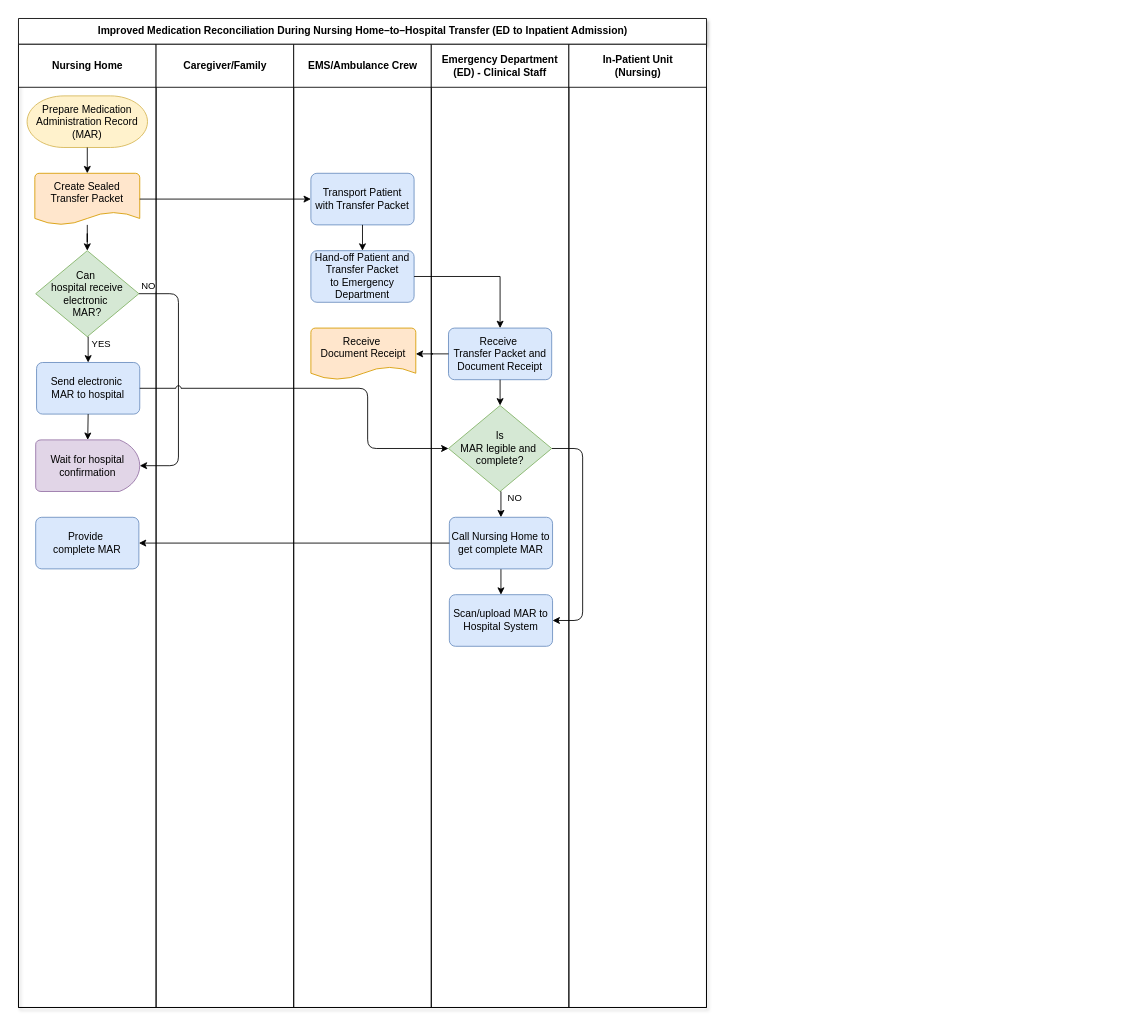
melmirasol/Case-Problem-6.2 keeps this draw.io diagram as Improved Process Chart.drawio. Above is the earlier version. Source tidied: cells renumbered, new cells numbered last; positions are measured from the earlier drawing's top-left corner, leaving out a move shared by most shapes. Both pictures are drawn from the tidied source at 86%, with x=0, y=0 at pixel (18, 18).
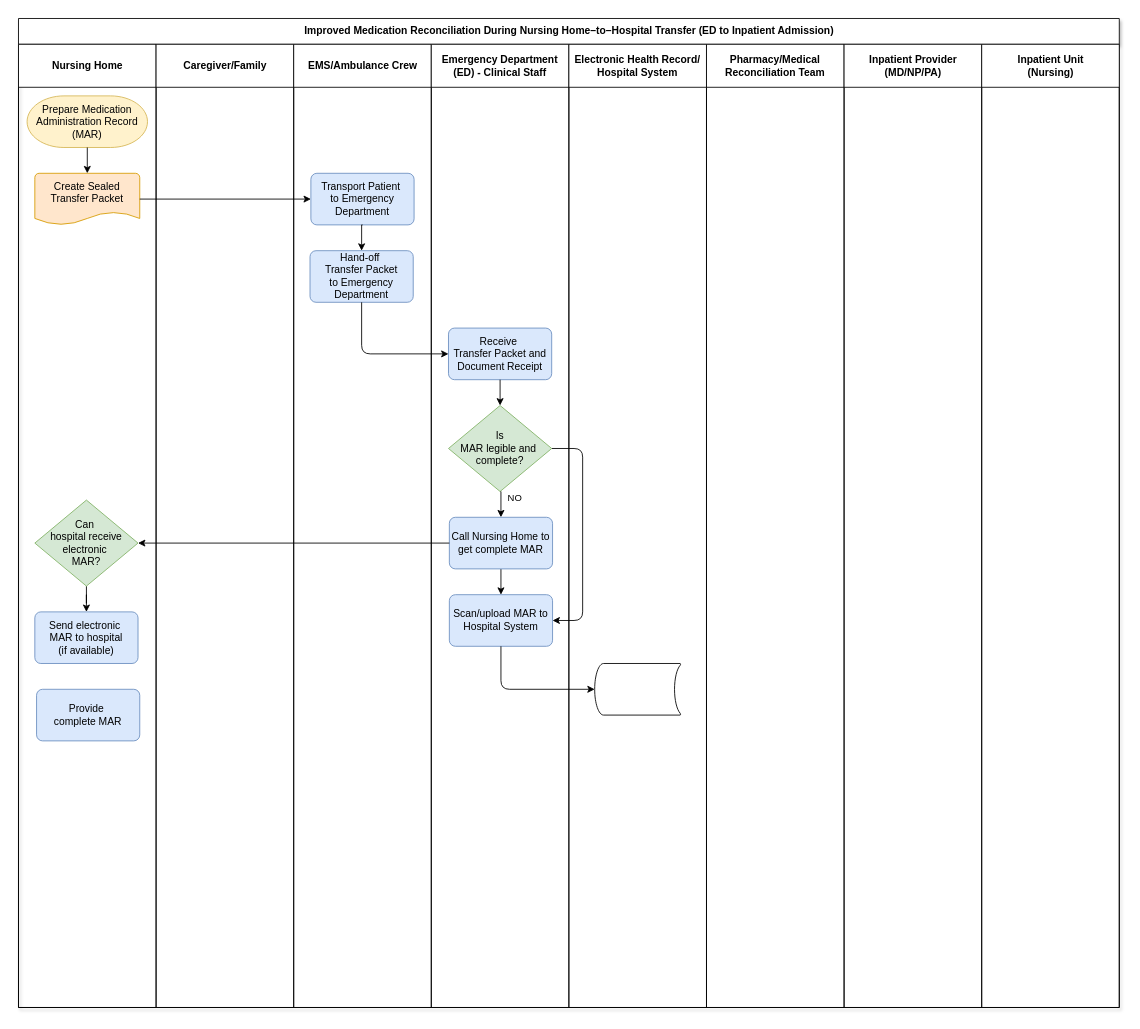
After the change.

Unchanged cells that the change refers to:
```xml
<mxCell id="3" value="Nursing Home" style="swimlane;startSize=50;html=1;" parent="2" vertex="1">
  <mxGeometry y="30" width="160" height="1120" as="geometry" />
</mxCell>
<mxCell id="6" value="Create Sealed Transfer Packet&lt;div&gt;&lt;br&gt;&lt;/div&gt;" style="strokeWidth=1;html=1;shape=mxgraph.flowchart.document2;whiteSpace=wrap;size=0.25;fillColor=#ffe6cc;strokeColor=#d79b00;" parent="3" vertex="1">
  <mxGeometry x="19" y="150" width="122" height="60" as="geometry" />
</mxCell>
<mxCell id="18" value="EMS/Ambulance Crew" style="swimlane;startSize=50;html=1;" parent="2" vertex="1">
  <mxGeometry x="320" y="30" width="160" height="1120" as="geometry" />
</mxCell>
<mxCell id="22" value="Emergency Department (ED) -&amp;nbsp;&lt;span style=&quot;background-color: transparent; color: light-dark(rgb(0, 0, 0), rgb(255, 255, 255));&quot;&gt;Clinical&amp;nbsp;Staff&lt;/span&gt;" style="swimlane;startSize=50;html=1;whiteSpace=wrap;" parent="2" vertex="1">
  <mxGeometry x="480" y="30" width="160" height="1120" as="geometry" />
</mxCell>
<mxCell id="24" value="Receive&amp;nbsp;&lt;div&gt;&lt;span style=&quot;background-color: transparent; color: light-dark(rgb(0, 0, 0), rgb(255, 255, 255));&quot;&gt;Transfer Packet and Document Receipt&lt;/span&gt;&lt;/div&gt;" style="rounded=1;whiteSpace=wrap;html=1;absoluteArcSize=1;arcSize=14;strokeWidth=1;fillColor=#dae8fc;strokeColor=#6c8ebf;" parent="22" vertex="1">
  <mxGeometry x="20" y="330" width="120" height="60" as="geometry" />
</mxCell>
<mxCell id="28" value="Is&lt;div&gt;MAR legible&amp;nbsp;&lt;span style=&quot;background-color: transparent; color: light-dark(rgb(0, 0, 0), rgb(255, 255, 255));&quot;&gt;and&amp;nbsp;&lt;/span&gt;&lt;/div&gt;&lt;div&gt;&lt;span style=&quot;background-color: transparent; color: light-dark(rgb(0, 0, 0), rgb(255, 255, 255));&quot;&gt;complete?&lt;/span&gt;&lt;/div&gt;" style="strokeWidth=1;html=1;shape=mxgraph.flowchart.decision;whiteSpace=wrap;fillColor=#d5e8d4;strokeColor=#82b366;" parent="22" vertex="1">
  <mxGeometry x="20" y="420" width="120" height="100" as="geometry" />
</mxCell>
<mxCell id="31" value="Call Nursing Home to get complete MAR" style="rounded=1;whiteSpace=wrap;html=1;absoluteArcSize=1;arcSize=14;strokeWidth=1;fillColor=#dae8fc;strokeColor=#6c8ebf;" parent="22" vertex="1">
  <mxGeometry x="21" y="550" width="120" height="60" as="geometry" />
</mxCell>
<mxCell id="33" value="Scan/upload MAR to Hospital System" style="rounded=1;whiteSpace=wrap;html=1;absoluteArcSize=1;arcSize=14;strokeWidth=1;fillColor=#dae8fc;strokeColor=#6c8ebf;" parent="22" vertex="1">
  <mxGeometry x="21" y="640" width="120" height="60" as="geometry" />
</mxCell>
```

What changed in the source:
```diff
@@
     <mxCell id="2" value="Improved Medication Reconciliation During Nursing Home–to–Hospital Transfer (ED to Inpatient Admission)" style="swimlane;startSize=30;html=1;shadow=1;" parent="1" vertex="1">
-      <mxGeometry width="800" height="1150" as="geometry" />
+      <mxGeometry width="1280" height="1150" as="geometry" />
     </mxCell>
@@
-    <mxCell id="5" style="edgeStyle=orthogonalEdgeStyle;rounded=0;jettySize=auto;html=1;entryX=0.5;entryY=0;entryDx=0;entryDy=0;entryPerimeter=0;" parent="3" edge="1" source="6" target="10">
-      <mxGeometry relative="1" as="geometry" />
-    </mxCell>
@@
+    <mxCell id="11" value="Send electronic&amp;nbsp;&lt;div&gt;MAR&amp;nbsp;&lt;span style=&quot;background-color: transparent; color: light-dark(rgb(0, 0, 0), rgb(255, 255, 255));&quot;&gt;to hospital&lt;/span&gt;&lt;/div&gt;&lt;div&gt;&lt;span style=&quot;background-color: transparent; color: light-dark(rgb(0, 0, 0), rgb(255, 255, 255));&quot;&gt;(if available)&lt;/span&gt;&lt;/div&gt;" style="rounded=1;whiteSpace=wrap;html=1;absoluteArcSize=1;arcSize=14;strokeWidth=1;fillColor=#dae8fc;strokeColor=#6c8ebf;" parent="3" vertex="1">
+      <mxGeometry x="19" y="660" width="120" height="60" as="geometry" />
+    </mxCell>
+    <mxCell id="8" style="edgeStyle=orthogonalEdgeStyle;rounded=0;jettySize=auto;html=1;exitX=0.5;exitY=1;exitDx=0;exitDy=0;exitPerimeter=0;" parent="3" edge="1" source="10" target="11">
+      <mxGeometry relative="1" as="geometry" />
+    </mxCell>
+    <mxCell id="10" value="Can&amp;nbsp;&lt;div&gt;hospital receive electronic&amp;nbsp;&lt;/div&gt;&lt;div&gt;MAR?&lt;/div&gt;" style="strokeWidth=1;html=1;shape=mxgraph.flowchart.decision;whiteSpace=wrap;fillColor=#d5e8d4;strokeColor=#82b366;" parent="3" vertex="1">
+      <mxGeometry x="19" y="530" width="120" height="100" as="geometry" />
+    </mxCell>
@@
-    <mxCell id="8" style="edgeStyle=orthogonalEdgeStyle;rounded=0;jettySize=auto;html=1;exitX=0.5;exitY=1;exitDx=0;exitDy=0;exitPerimeter=0;entryX=0.5;entryY=0;entryDx=0;entryDy=0;" parent="3" edge="1" source="10" target="11">
-      <mxGeometry relative="1" as="geometry" />
-    </mxCell>
-    <mxCell id="9" value="YES" style="edgeLabel;html=1;align=center;verticalAlign=middle;" parent="8" vertex="1">
-      <mxGeometry x="-0.44" y="-1" relative="1" as="geometry">
-        <mxPoint x="15" as="offset" />
-      </mxGeometry>
-    </mxCell>
-    <mxCell id="10" value="Can&amp;nbsp;&lt;div&gt;hospital receive electronic&amp;nbsp;&lt;/div&gt;&lt;div&gt;MAR?&lt;/div&gt;" style="strokeWidth=1;html=1;shape=mxgraph.flowchart.decision;whiteSpace=wrap;fillColor=#d5e8d4;strokeColor=#82b366;" parent="3" vertex="1">
-      <mxGeometry x="20" y="240" width="120" height="100" as="geometry" />
-    </mxCell>
-    <mxCell id="11" value="Send electronic&amp;nbsp;&lt;div&gt;MAR&amp;nbsp;&lt;span style=&quot;background-color: transparent; color: light-dark(rgb(0, 0, 0), rgb(255, 255, 255));&quot;&gt;to hospital&lt;/span&gt;&lt;/div&gt;" style="rounded=1;whiteSpace=wrap;html=1;absoluteArcSize=1;arcSize=14;strokeWidth=1;fillColor=#dae8fc;strokeColor=#6c8ebf;" parent="3" vertex="1">
-      <mxGeometry x="21" y="370" width="120" height="60" as="geometry" />
-    </mxCell>
-    <mxCell id="12" value="Wait for hospital confirmation" style="strokeWidth=1;html=1;shape=mxgraph.flowchart.delay;whiteSpace=wrap;fillColor=#e1d5e7;strokeColor=#9673a6;" parent="3" vertex="1">
-      <mxGeometry x="20" y="460" width="121" height="60" as="geometry" />
-    </mxCell>
-    <mxCell id="13" style="edgeStyle=orthogonalEdgeStyle;rounded=0;jettySize=auto;html=1;exitX=0.5;exitY=1;exitDx=0;exitDy=0;entryX=0.5;entryY=0;entryDx=0;entryDy=0;entryPerimeter=0;" parent="3" edge="1" source="11" target="12">
-      <mxGeometry relative="1" as="geometry" />
-    </mxCell>
-    <mxCell id="14" style="edgeStyle=orthogonalEdgeStyle;rounded=1;jettySize=auto;html=1;exitX=1;exitY=0.5;exitDx=0;exitDy=0;exitPerimeter=0;entryX=1;entryY=0.5;entryDx=0;entryDy=0;entryPerimeter=0;curved=0;" parent="3" edge="1" source="10" target="12">
-      <mxGeometry relative="1" as="geometry">
-        <Array as="points">
-          <mxPoint x="186" y="290" />
-          <mxPoint x="186" y="490" />
-        </Array>
-      </mxGeometry>
-    </mxCell>
-    <mxCell id="15" value="NO" style="edgeLabel;html=1;align=center;verticalAlign=middle;" parent="14" vertex="1">
-      <mxGeometry x="-0.82" y="-2" relative="1" as="geometry">
-        <mxPoint x="-16" y="-12" as="offset" />
-      </mxGeometry>
-    </mxCell>
     <mxCell id="16" value="Provide&amp;nbsp;&lt;div&gt;complete MAR&lt;/div&gt;" style="rounded=1;whiteSpace=wrap;html=1;absoluteArcSize=1;arcSize=14;strokeWidth=1;fillColor=#dae8fc;strokeColor=#6c8ebf;" parent="3" vertex="1">
-      <mxGeometry x="20" y="550" width="120" height="60" as="geometry" />
+      <mxGeometry x="21" y="750" width="120" height="60" as="geometry" />
     </mxCell>
@@
-    <mxCell id="19" value="Transport Patient&lt;div&gt;with Transfer Packet&lt;/div&gt;" style="rounded=1;whiteSpace=wrap;html=1;absoluteArcSize=1;arcSize=14;strokeWidth=1;fillColor=#dae8fc;strokeColor=#6c8ebf;" parent="18" vertex="1">
+    <mxCell id="19" value="Transport Patient&amp;nbsp;&lt;div&gt;to Emergency Department&lt;/div&gt;" style="rounded=1;whiteSpace=wrap;html=1;absoluteArcSize=1;arcSize=14;strokeWidth=1;fillColor=#dae8fc;strokeColor=#6c8ebf;" parent="18" vertex="1">
       <mxGeometry x="20" y="150" width="120" height="60" as="geometry" />
     </mxCell>
-    <mxCell id="20" value="Hand-off Patient and Transfer Packet&lt;div&gt;to Emergency Department&lt;/div&gt;" style="rounded=1;whiteSpace=wrap;html=1;absoluteArcSize=1;arcSize=14;strokeWidth=1;fillColor=#dae8fc;strokeColor=#6c8ebf;" parent="18" vertex="1">
-      <mxGeometry x="20" y="240" width="120" height="60" as="geometry" />
+    <mxCell id="20" value="Hand-off&amp;nbsp;&lt;div&gt;Transfer Packet&lt;div&gt;to Emergency Department&lt;/div&gt;&lt;/div&gt;" style="rounded=1;whiteSpace=wrap;html=1;absoluteArcSize=1;arcSize=14;strokeWidth=1;fillColor=#dae8fc;strokeColor=#6c8ebf;" parent="18" vertex="1">
+      <mxGeometry x="19" y="240" width="120" height="60" as="geometry" />
     </mxCell>
@@
-    <mxCell id="23" value="&lt;div&gt;&lt;span style=&quot;background-color: transparent; color: light-dark(rgb(0, 0, 0), rgb(255, 255, 255));&quot;&gt;Receive&amp;nbsp;&lt;/span&gt;&lt;/div&gt;&lt;div&gt;&lt;span style=&quot;background-color: transparent; color: light-dark(rgb(0, 0, 0), rgb(255, 255, 255));&quot;&gt;Document&amp;nbsp;&lt;/span&gt;&lt;span style=&quot;background-color: transparent; color: light-dark(rgb(0, 0, 0), rgb(255, 255, 255));&quot;&gt;Receipt&lt;/span&gt;&lt;/div&gt;&lt;div&gt;&lt;span style=&quot;color: light-dark(rgb(0, 0, 0), rgb(255, 255, 255)); background-color: transparent;&quot;&gt;&lt;br&gt;&lt;/span&gt;&lt;/div&gt;" style="strokeWidth=1;html=1;shape=mxgraph.flowchart.document2;whiteSpace=wrap;size=0.25;fillColor=#ffe6cc;strokeColor=#d79b00;" parent="22" vertex="1">
-      <mxGeometry x="-140" y="330" width="122" height="60" as="geometry" />
-    </mxCell>
@@
-    <mxCell id="32" style="edgeStyle=orthogonalEdgeStyle;rounded=0;jettySize=auto;html=1;exitX=0;exitY=0.5;exitDx=0;exitDy=0;" parent="22" edge="1" source="24" target="23">
-      <mxGeometry relative="1" as="geometry" />
-    </mxCell>
@@
+    <mxCell id="39" value="Electronic Health Record/&lt;div&gt;Hospital System&lt;/div&gt;" style="swimlane;startSize=50;html=1;whiteSpace=wrap;" parent="2" vertex="1">
+      <mxGeometry x="640" y="30" width="160" height="1120" as="geometry" />
+    </mxCell>
+    <mxCell id="40" style="strokeWidth=1;html=1;shape=mxgraph.flowchart.stored_data;whiteSpace=wrap;" parent="39" vertex="1">
+      <mxGeometry x="30" y="720" width="100" height="60" as="geometry" />
+    </mxCell>
-    <mxCell id="34" value="In-Patient Unit&lt;div&gt;(Nursing)&lt;/div&gt;" style="swimlane;startSize=50;html=1;" parent="2" vertex="1">
-      <mxGeometry x="640" y="30" width="160" height="1120" as="geometry" />
+    <mxCell id="34" value="Pharmacy/Medical Reconciliation Team" style="swimlane;startSize=50;html=1;whiteSpace=wrap;" parent="2" vertex="1">
+      <mxGeometry x="800" y="30" width="160" height="1120" as="geometry" />
     </mxCell>
+    <mxCell id="41" value="Inpatient Provider&lt;div&gt;(MD/NP/PA)&lt;/div&gt;" style="swimlane;startSize=50;html=1;" parent="2" vertex="1">
+      <mxGeometry x="960" y="30" width="160" height="1120" as="geometry" />
+    </mxCell>
+    <mxCell id="42" value="Inpatient Unit&lt;div&gt;(Nursing)&lt;/div&gt;" style="swimlane;startSize=50;html=1;" parent="2" vertex="1">
+      <mxGeometry x="1120" y="30" width="160" height="1120" as="geometry" />
+    </mxCell>
@@
-    <mxCell id="36" style="edgeStyle=orthogonalEdgeStyle;rounded=0;jettySize=auto;html=1;exitX=1;exitY=0.5;exitDx=0;exitDy=0;entryX=0.5;entryY=0;entryDx=0;entryDy=0;" parent="2" edge="1" source="20" target="24">
+    <mxCell id="36" style="edgeStyle=orthogonalEdgeStyle;rounded=1;jettySize=auto;html=1;exitX=0.5;exitY=1;exitDx=0;exitDy=0;entryX=0;entryY=0.5;entryDx=0;entryDy=0;curved=0;" parent="2" edge="1" source="20" target="24">
       <mxGeometry relative="1" as="geometry" />
     </mxCell>
-    <mxCell id="37" style="edgeStyle=orthogonalEdgeStyle;rounded=1;jettySize=auto;html=1;exitX=1;exitY=0.5;exitDx=0;exitDy=0;entryX=0;entryY=0.5;entryDx=0;entryDy=0;entryPerimeter=0;curved=0;jumpStyle=arc;" parent="2" edge="1" source="11" target="28">
-      <mxGeometry relative="1" as="geometry">
-        <Array as="points">
-          <mxPoint x="406" y="430" />
-          <mxPoint x="406" y="500" />
-        </Array>
-      </mxGeometry>
-    </mxCell>
-    <mxCell id="38" style="edgeStyle=orthogonalEdgeStyle;rounded=0;jettySize=auto;html=1;exitX=0;exitY=0.5;exitDx=0;exitDy=0;entryX=1;entryY=0.5;entryDx=0;entryDy=0;" parent="2" edge="1" source="31" target="16">
-      <mxGeometry relative="1" as="geometry" />
-    </mxCell>
+    <mxCell id="43" style="edgeStyle=orthogonalEdgeStyle;rounded=0;jettySize=auto;html=1;exitX=0;exitY=0.5;exitDx=0;exitDy=0;entryX=1;entryY=0.5;entryDx=0;entryDy=0;entryPerimeter=0;" parent="2" edge="1" source="31" target="10">
+      <mxGeometry relative="1" as="geometry" />
+    </mxCell>
+    <mxCell id="44" style="edgeStyle=orthogonalEdgeStyle;rounded=1;jettySize=auto;html=1;exitX=0.5;exitY=1;exitDx=0;exitDy=0;entryX=0;entryY=0.5;entryDx=0;entryDy=0;entryPerimeter=0;curved=0;" parent="2" edge="1" source="33" target="40">
+      <mxGeometry relative="1" as="geometry" />
+    </mxCell>
```
